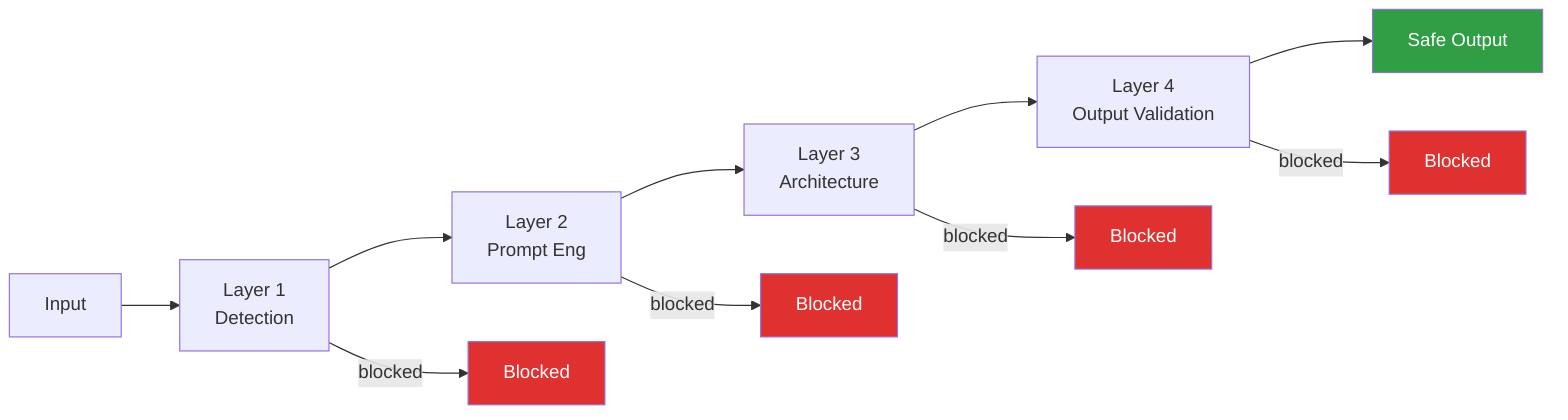
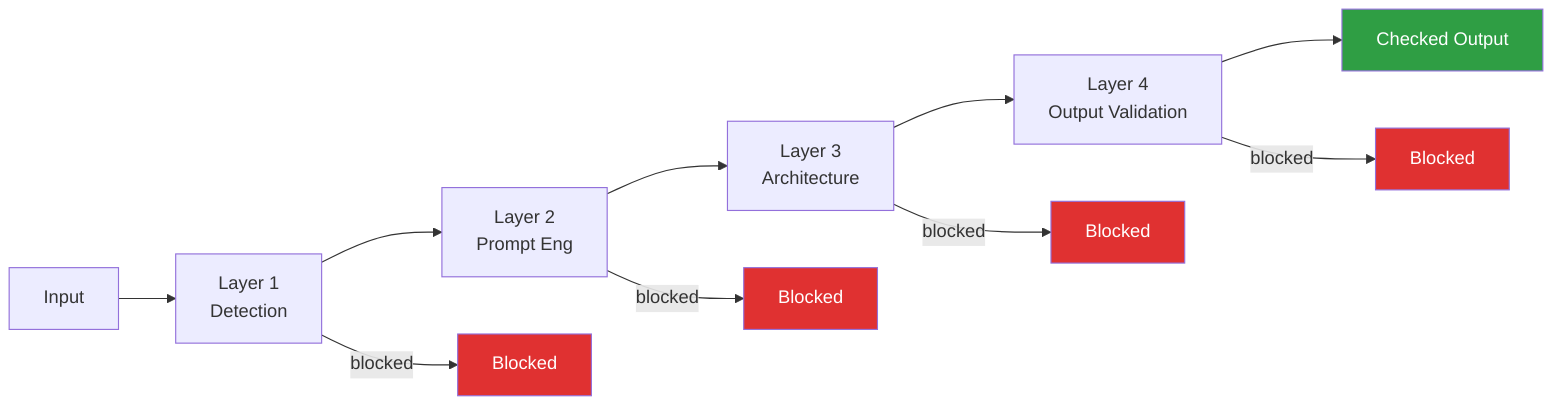
flowchart LR
    Input[Input] --> L1[Layer 1<br/>Detection]
    L1 --> L2[Layer 2<br/>Prompt Eng]
    L2 --> L3[Layer 3<br/>Architecture]
    L3 --> L4[Layer 4<br/>Output Validation]
-     L4 --> Safe[Safe Output]
+     L4 --> Safe[Checked Output]

    L1 -->|blocked| X1[Blocked]
    L2 -->|blocked| X2[Blocked]
    L3 -->|blocked| X3[Blocked]
    L4 -->|blocked| X4[Blocked]

    style Safe fill:#2f9e44,color:#fff
    style X1 fill:#e03131,color:#fff
    style X2 fill:#e03131,color:#fff
    style X3 fill:#e03131,color:#fff
    style X4 fill:#e03131,color:#fff
